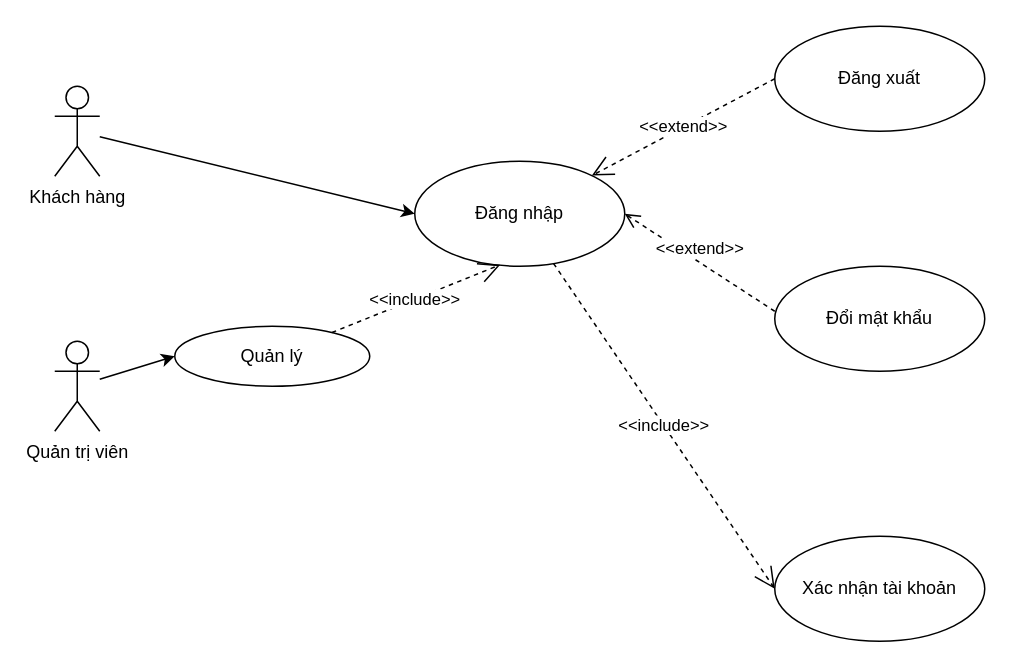
anhduy7723/api_auth keeps this draw.io diagram as page "Đăng nhập" (2 of 29) of Biểu đồ không có tiêu đề.drawio. Above is the earlier version. Source tidied: cells renumbered, new cells numbered last; positions are measured from the earlier drawing's top-left corner, leaving out a move shared by most shapes. Both pictures are drawn from the tidied source at 150%, with x=0, y=0 at pixel (54, 26).
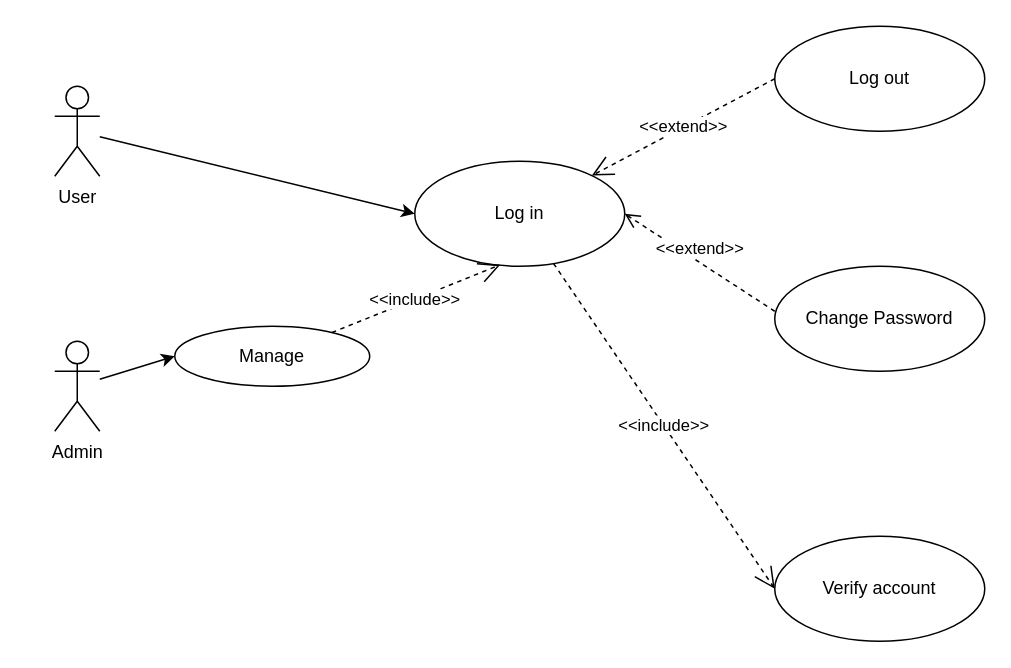
After the change.

Change to the diagram source:
```diff
@@
 <mxGraphModel>
   <root>
     <mxCell id="0" />
     <mxCell id="1" parent="0" />
     <mxCell id="2" style="edgeStyle=none;rounded=0;jettySize=auto;html=1;entryX=0;entryY=0.5;entryDx=0;entryDy=0;" parent="1" edge="1" source="3" target="7">
       <mxGeometry relative="1" as="geometry" />
     </mxCell>
-    <mxCell id="3" value="Khách hàng" style="shape=umlActor;verticalLabelPosition=bottom;verticalAlign=top;html=1;" parent="1" vertex="1">
+    <mxCell id="3" value="User" style="shape=umlActor;verticalLabelPosition=bottom;verticalAlign=top;html=1;" parent="1" vertex="1">
       <mxGeometry y="40" width="30" height="60" as="geometry" />
     </mxCell>
     <mxCell id="4" style="edgeStyle=none;rounded=0;jettySize=auto;html=1;entryX=0;entryY=0.5;entryDx=0;entryDy=0;" parent="1" edge="1" source="5" target="6">
       <mxGeometry relative="1" as="geometry" />
     </mxCell>
-    <mxCell id="5" value="Quản trị viên" style="shape=umlActor;verticalLabelPosition=bottom;verticalAlign=top;html=1;" parent="1" vertex="1">
+    <mxCell id="5" value="Admin" style="shape=umlActor;verticalLabelPosition=bottom;verticalAlign=top;html=1;" parent="1" vertex="1">
       <mxGeometry y="210" width="30" height="60" as="geometry" />
     </mxCell>
-    <mxCell id="6" value="Quản lý" style="ellipse;whiteSpace=wrap;html=1;" parent="1" vertex="1">
+    <mxCell id="6" value="Manage" style="ellipse;whiteSpace=wrap;html=1;" parent="1" vertex="1">
       <mxGeometry x="80" y="200" width="130" height="40" as="geometry" />
     </mxCell>
-    <mxCell id="7" value="Đăng nhập" style="ellipse;whiteSpace=wrap;html=1;" parent="1" vertex="1">
+    <mxCell id="7" value="Log in" style="ellipse;whiteSpace=wrap;html=1;" parent="1" vertex="1">
       <mxGeometry x="240" y="90" width="140" height="70" as="geometry" />
     </mxCell>
     <mxCell id="8" value="&amp;lt;&amp;lt;include&amp;gt;&amp;gt;" style="endArrow=open;endSize=12;dashed=1;html=1;rounded=0;entryX=0.407;entryY=0.986;entryDx=0;entryDy=0;entryPerimeter=0;" parent="1" edge="1" source="6" target="7">
       <mxGeometry relative="1" as="geometry" />
     </mxCell>
-    <mxCell id="9" value="Đăng xuất" style="ellipse;whiteSpace=wrap;html=1;" parent="1" vertex="1">
+    <mxCell id="9" value="Log out" style="ellipse;whiteSpace=wrap;html=1;" parent="1" vertex="1">
       <mxGeometry x="480" width="140" height="70" as="geometry" />
     </mxCell>
-    <mxCell id="10" value="Xác nhận tài khoản" style="ellipse;whiteSpace=wrap;html=1;" parent="1" vertex="1">
+    <mxCell id="10" value="Verify account" style="ellipse;whiteSpace=wrap;html=1;" parent="1" vertex="1">
       <mxGeometry x="480" y="340" width="140" height="70" as="geometry" />
     </mxCell>
     <mxCell id="11" value="&amp;lt;&amp;lt;include&amp;gt;&amp;gt;" style="endArrow=open;endSize=12;dashed=1;html=1;rounded=0;entryX=0;entryY=0.5;entryDx=0;entryDy=0;" parent="1" edge="1" source="7" target="10">
       <mxGeometry relative="1" as="geometry" />
     </mxCell>
     <mxCell id="12" value="&amp;lt;&amp;lt;extend&amp;gt;&amp;gt;" style="endArrow=open;endSize=12;dashed=1;html=1;rounded=0;exitX=0;exitY=0.5;exitDx=0;exitDy=0;" parent="1" edge="1" source="9" target="7">
       <mxGeometry relative="1" as="geometry" />
     </mxCell>
-    <mxCell id="13" value="Đổi mật khẩu" style="ellipse;whiteSpace=wrap;html=1;" parent="1" vertex="1">
+    <mxCell id="13" value="Change Password" style="ellipse;whiteSpace=wrap;html=1;" parent="1" vertex="1">
       <mxGeometry x="480" y="160" width="140" height="70" as="geometry" />
     </mxCell>
     <mxCell id="14" value="&amp;lt;&amp;lt;extend&amp;gt;&amp;gt;" style="html=1;verticalAlign=bottom;endArrow=open;dashed=1;endSize=8;curved=0;rounded=0;entryX=1;entryY=0.5;entryDx=0;entryDy=0;" parent="1" edge="1" target="7">
       <mxGeometry relative="1" as="geometry">
         <mxPoint x="480" y="190" as="sourcePoint" />
       </mxGeometry>
     </mxCell>
   </root>
 </mxGraphModel>
```
